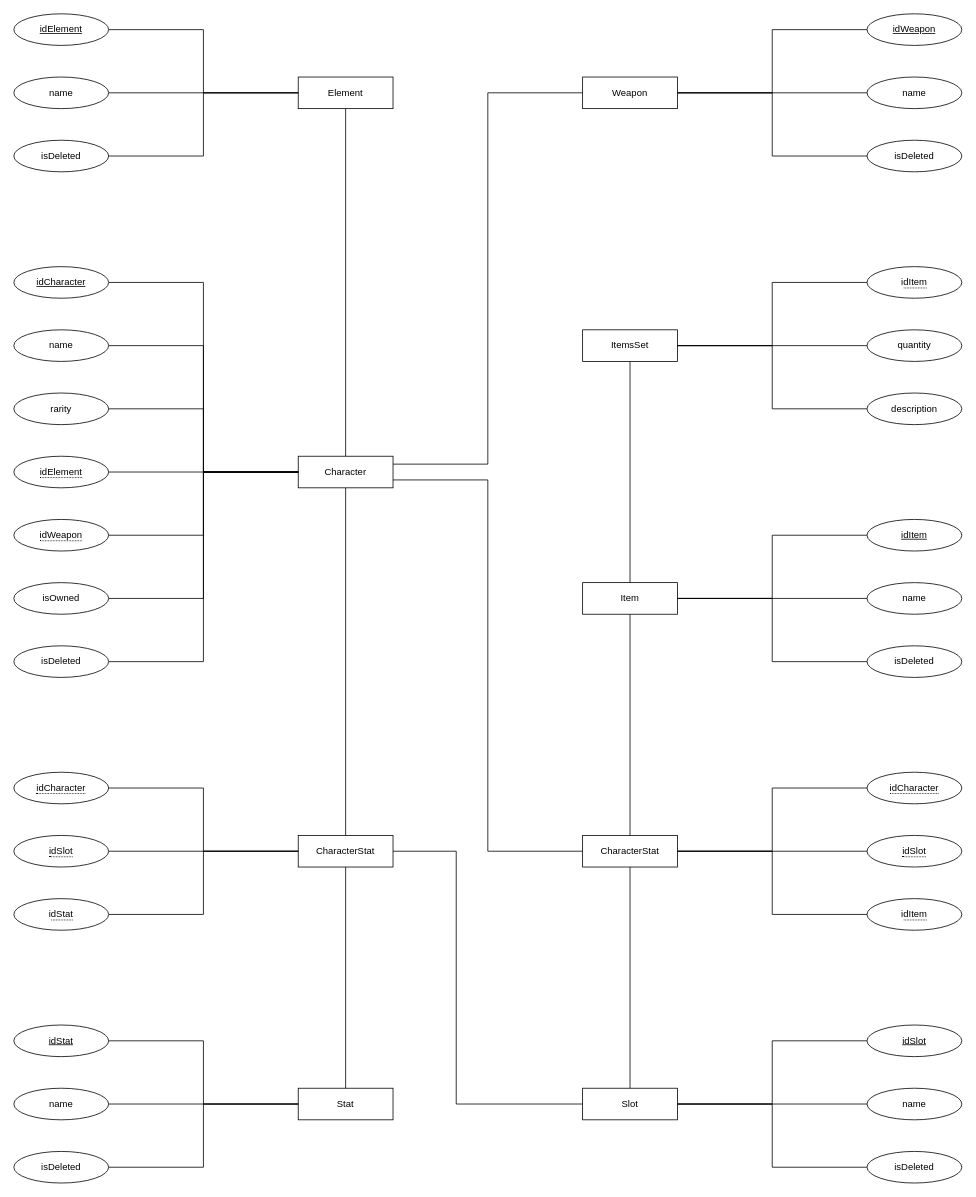
Above: page "Page-1" (1 of 2) of GIDB_ERDiagram.drawio in mabossanyi/GIDB (draw.io), before the change. Source tidied: cells renumbered, new cells numbered last; positions are measured from the earlier drawing's top-left corner, leaving out a move shared by most shapes. Both pictures are drawn from the tidied source at 79%, with x=0, y=0 at pixel (13, 13).
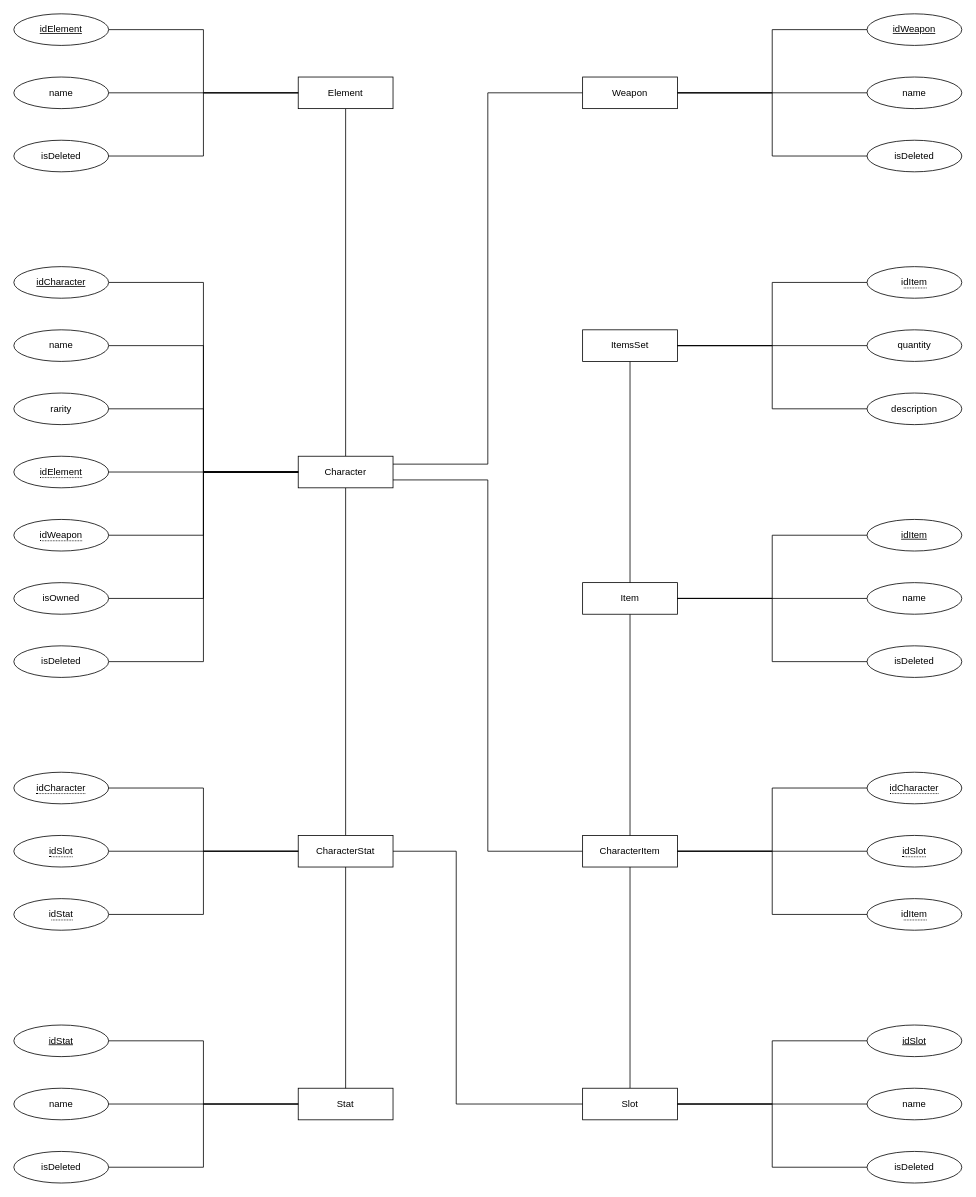
The same diagram, later.

Commit message (it also covers changes not shown here):
Updated the files related to the Entity-Relationship (ER) diagram for the database

What changed in the source:
```diff
@@
-    <mxCell id="58" value="CharacterStat" style="rounded=0;whiteSpace=wrap;html=1;" parent="1" vertex="1">
+    <mxCell id="58" value="CharacterItem" style="rounded=0;whiteSpace=wrap;html=1;" parent="1" vertex="1">
       <mxGeometry x="720" y="1040" width="120" height="40" as="geometry" />
     </mxCell>
```
